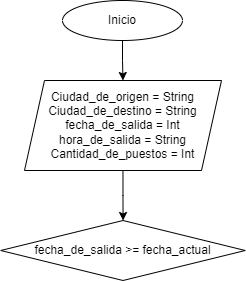
Earlier version of the draw.io export Venta de tiquetes.png (dasamepu/Flujo-de-funciones-para-encapsular-algoritmos). Source tidied: cells renumbered, new cells last; positions are measured from the earlier drawing's top-left corner, leaving out a move shared by most shapes.
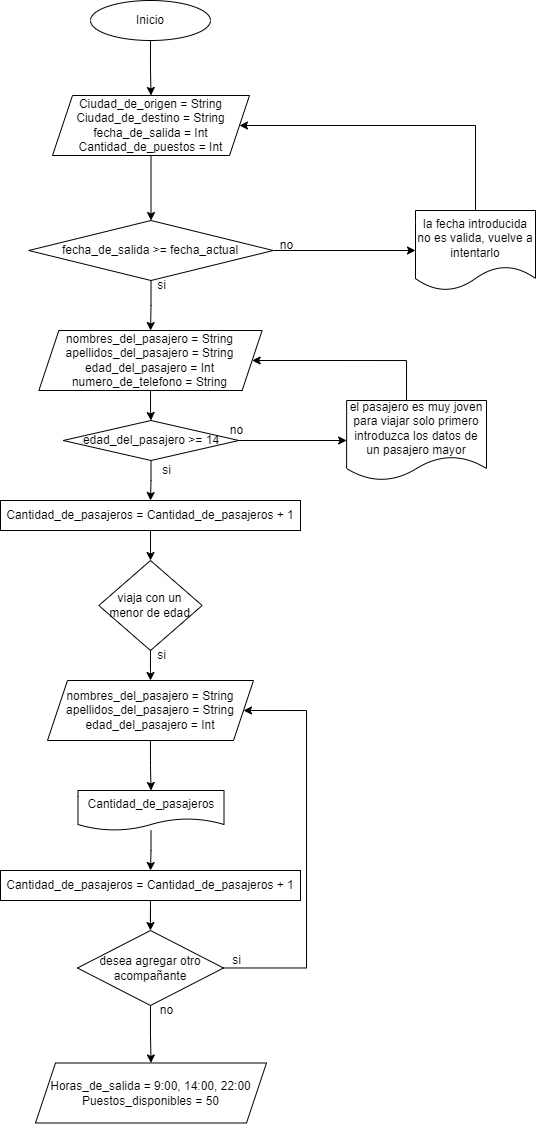
After the commit.

The edit, as a diff of the source:
```diff
@@ -11,11 +11,120 @@
     <mxCell id="4" style="edgeStyle=orthogonalEdgeStyle;rounded=0;jettySize=auto;html=1;" parent="1" edge="1" source="5" target="6">
       <mxGeometry relative="1" as="geometry" />
     </mxCell>
-    <mxCell id="5" value="Ciudad_de_origen = String&lt;br&gt;Ciudad_de_destino = String&lt;br&gt;fecha_de_salida = Int&lt;br&gt;hora_de_salida = String&lt;br&gt;Cantidad_de_puestos = Int" style="shape=parallelogram;perimeter=parallelogramPerimeter;whiteSpace=wrap;html=1;fixedSize=1;" parent="1" vertex="1">
-      <mxGeometry x="24" y="80" width="197" height="90" as="geometry" />
+    <mxCell id="5" value="Ciudad_de_origen = String&lt;br&gt;Ciudad_de_destino = String&lt;br&gt;fecha_de_salida = Int&lt;br&gt;Cantidad_de_puestos = Int" style="shape=parallelogram;perimeter=parallelogramPerimeter;whiteSpace=wrap;html=1;fixedSize=1;" parent="1" vertex="1">
+      <mxGeometry x="24" y="95" width="197" height="60" as="geometry" />
     </mxCell>
+    <mxCell id="7" style="edgeStyle=orthogonalEdgeStyle;rounded=0;jettySize=auto;html=1;" parent="1" edge="1" source="6" target="10">
+      <mxGeometry relative="1" as="geometry" />
+    </mxCell>
+    <mxCell id="8" style="edgeStyle=orthogonalEdgeStyle;rounded=0;jettySize=auto;html=1;" parent="1" edge="1" source="6" target="14">
+      <mxGeometry relative="1" as="geometry" />
+    </mxCell>
     <mxCell id="6" value="fecha_de_salida &amp;gt;= fecha_actual" style="rhombus;whiteSpace=wrap;html=1;" parent="1" vertex="1">
       <mxGeometry x="0.2" y="220" width="244.5" height="60" as="geometry" />
     </mxCell>
+    <mxCell id="9" style="edgeStyle=orthogonalEdgeStyle;rounded=0;jettySize=auto;html=1;entryX=1;entryY=0.5;entryDx=0;entryDy=0;" parent="1" edge="1" source="10" target="5">
+      <mxGeometry relative="1" as="geometry">
+        <Array as="points">
+          <mxPoint x="447" y="125" />
+        </Array>
+      </mxGeometry>
+    </mxCell>
+    <mxCell id="10" value="la fecha introducida no es valida, vuelve a intentarlo" style="shape=document;whiteSpace=wrap;html=1;boundedLbl=1;" parent="1" vertex="1">
+      <mxGeometry x="387" y="210" width="120" height="80" as="geometry" />
+    </mxCell>
+    <mxCell id="11" value="no" style="text;html=1;align=center;verticalAlign=middle;strokeColor=none;fillColor=none;" parent="1" vertex="1">
+      <mxGeometry x="238" y="230" width="40" height="30" as="geometry" />
+    </mxCell>
+    <mxCell id="12" value="si" style="text;html=1;align=center;verticalAlign=middle;strokeColor=none;fillColor=none;" parent="1" vertex="1">
+      <mxGeometry x="118" y="270" width="30" height="30" as="geometry" />
+    </mxCell>
+    <mxCell id="13" style="edgeStyle=orthogonalEdgeStyle;rounded=0;jettySize=auto;html=1;" parent="1" edge="1" source="14" target="17">
+      <mxGeometry relative="1" as="geometry" />
+    </mxCell>
+    <mxCell id="14" value="nombres_del_pasajero = String&lt;br&gt;apellidos_del_pasajero = String&lt;br&gt;edad_del_pasajero = Int&lt;br&gt;numero_de_telefono = String" style="shape=parallelogram;perimeter=parallelogramPerimeter;whiteSpace=wrap;html=1;fixedSize=1;" parent="1" vertex="1">
+      <mxGeometry x="10.4" y="330" width="223.2" height="60" as="geometry" />
+    </mxCell>
+    <mxCell id="15" style="edgeStyle=orthogonalEdgeStyle;rounded=0;jettySize=auto;html=1;" parent="1" edge="1" source="17" target="19">
+      <mxGeometry relative="1" as="geometry" />
+    </mxCell>
+    <mxCell id="16" style="edgeStyle=orthogonalEdgeStyle;rounded=0;jettySize=auto;html=1;entryX=0.5;entryY=0;entryDx=0;entryDy=0;" parent="1" edge="1" source="17" target="31">
+      <mxGeometry relative="1" as="geometry" />
+    </mxCell>
+    <mxCell id="17" value="edad_del_pasajero &amp;gt;= 14" style="rhombus;whiteSpace=wrap;html=1;" parent="1" vertex="1">
+      <mxGeometry x="34.7" y="420" width="175.6" height="40" as="geometry" />
+    </mxCell>
+    <mxCell id="18" style="edgeStyle=orthogonalEdgeStyle;rounded=0;jettySize=auto;html=1;entryX=1;entryY=0.5;entryDx=0;entryDy=0;" parent="1" edge="1" source="19" target="14">
+      <mxGeometry relative="1" as="geometry">
+        <Array as="points">
+          <mxPoint x="378" y="360" />
+        </Array>
+      </mxGeometry>
+    </mxCell>
+    <mxCell id="19" value="el pasajero es muy joven para viajar solo primero introduzca los datos de un pasajero mayor" style="shape=document;whiteSpace=wrap;html=1;boundedLbl=1;" parent="1" vertex="1">
+      <mxGeometry x="318.1" y="400" width="139.9" height="80" as="geometry" />
+    </mxCell>
+    <mxCell id="20" value="no" style="text;html=1;align=center;verticalAlign=middle;strokeColor=none;fillColor=none;" parent="1" vertex="1">
+      <mxGeometry x="188" y="415" width="40" height="30" as="geometry" />
+    </mxCell>
+    <mxCell id="21" style="edgeStyle=orthogonalEdgeStyle;rounded=0;jettySize=auto;html=1;" parent="1" edge="1" source="22" target="25">
+      <mxGeometry relative="1" as="geometry" />
+    </mxCell>
+    <mxCell id="22" value="viaja con un menor de edad" style="rhombus;whiteSpace=wrap;html=1;" parent="1" vertex="1">
+      <mxGeometry x="70.3" y="560" width="103.3" height="90" as="geometry" />
+    </mxCell>
+    <mxCell id="23" value="si" style="text;html=1;align=center;verticalAlign=middle;strokeColor=none;fillColor=none;" parent="1" vertex="1">
+      <mxGeometry x="123" y="455" width="30" height="30" as="geometry" />
+    </mxCell>
+    <mxCell id="24" style="edgeStyle=orthogonalEdgeStyle;rounded=0;jettySize=auto;html=1;" parent="1" edge="1" source="25" target="27">
+      <mxGeometry relative="1" as="geometry" />
+    </mxCell>
+    <mxCell id="25" value="nombres_del_pasajero = String&lt;br&gt;apellidos_del_pasajero = String&lt;br&gt;edad_del_pasajero = Int" style="shape=parallelogram;perimeter=parallelogramPerimeter;whiteSpace=wrap;html=1;fixedSize=1;" parent="1" vertex="1">
+      <mxGeometry x="19" y="680" width="206" height="60" as="geometry" />
+    </mxCell>
+    <mxCell id="26" style="edgeStyle=orthogonalEdgeStyle;rounded=0;jettySize=auto;html=1;entryX=0.5;entryY=0;entryDx=0;entryDy=0;" parent="1" edge="1" source="27" target="29">
+      <mxGeometry relative="1" as="geometry" />
+    </mxCell>
+    <mxCell id="27" value="Cantidad_de_pasajeros" style="shape=document;whiteSpace=wrap;html=1;boundedLbl=1;" parent="1" vertex="1">
+      <mxGeometry x="49.5" y="790" width="146" height="40" as="geometry" />
+    </mxCell>
+    <mxCell id="28" style="edgeStyle=orthogonalEdgeStyle;rounded=0;jettySize=auto;html=1;" parent="1" edge="1" source="29" target="35">
+      <mxGeometry relative="1" as="geometry" />
+    </mxCell>
+    <mxCell id="29" value="Cantidad_de_pasajeros = Cantidad_de_pasajeros + 1" style="whiteSpace=wrap;html=1;" parent="1" vertex="1">
+      <mxGeometry x="-28" y="870" width="300" height="30" as="geometry" />
+    </mxCell>
+    <mxCell id="30" style="edgeStyle=orthogonalEdgeStyle;rounded=0;jettySize=auto;html=1;exitX=0.5;exitY=1;exitDx=0;exitDy=0;entryX=0.5;entryY=0;entryDx=0;entryDy=0;" parent="1" edge="1" source="31" target="22">
+      <mxGeometry relative="1" as="geometry" />
+    </mxCell>
+    <mxCell id="31" value="Cantidad_de_pasajeros = Cantidad_de_pasajeros + 1" style="whiteSpace=wrap;html=1;" parent="1" vertex="1">
+      <mxGeometry x="-28" y="500" width="300" height="30" as="geometry" />
+    </mxCell>
+    <mxCell id="32" value="si" style="text;html=1;align=center;verticalAlign=middle;strokeColor=none;fillColor=none;" parent="1" vertex="1">
+      <mxGeometry x="118" y="640" width="30" height="30" as="geometry" />
+    </mxCell>
+    <mxCell id="33" style="edgeStyle=orthogonalEdgeStyle;rounded=0;jettySize=auto;html=1;entryX=1;entryY=0.5;entryDx=0;entryDy=0;" parent="1" edge="1" source="35" target="25">
+      <mxGeometry relative="1" as="geometry">
+        <Array as="points">
+          <mxPoint x="278" y="967" />
+          <mxPoint x="278" y="710" />
+        </Array>
+      </mxGeometry>
+    </mxCell>
+    <mxCell id="34" style="edgeStyle=orthogonalEdgeStyle;rounded=0;jettySize=auto;html=1;" parent="1" edge="1" source="35" target="37">
+      <mxGeometry relative="1" as="geometry" />
+    </mxCell>
+    <mxCell id="35" value="desea agregar otro acompañante" style="rhombus;whiteSpace=wrap;html=1;" parent="1" vertex="1">
+      <mxGeometry x="49" y="930" width="146" height="75" as="geometry" />
+    </mxCell>
+    <mxCell id="36" value="si" style="text;html=1;align=center;verticalAlign=middle;strokeColor=none;fillColor=none;" parent="1" vertex="1">
+      <mxGeometry x="193" y="945" width="30" height="30" as="geometry" />
+    </mxCell>
+    <mxCell id="37" value="Horas_de_salida = 9:00, 14:00, 22:00&lt;br&gt;Puestos_disponibles = 50" style="shape=parallelogram;perimeter=parallelogramPerimeter;whiteSpace=wrap;html=1;fixedSize=1;" parent="1" vertex="1">
+      <mxGeometry x="7" y="1062.5" width="231" height="60" as="geometry" />
+    </mxCell>
+    <mxCell id="38" value="no" style="text;html=1;align=center;verticalAlign=middle;strokeColor=none;fillColor=none;" parent="1" vertex="1">
+      <mxGeometry x="118" y="995" width="40" height="30" as="geometry" />
+    </mxCell>
   </root>
 </mxGraphModel>
```
